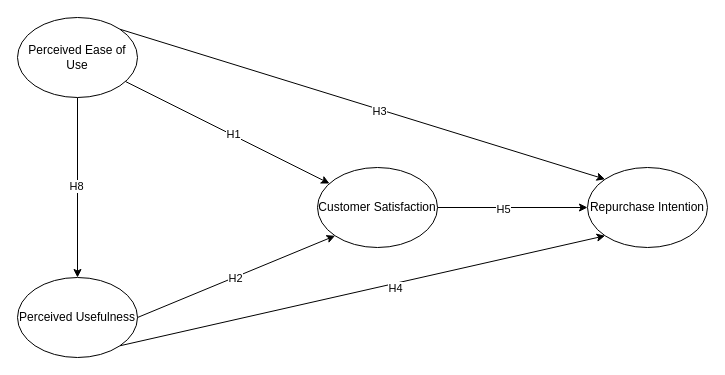
Before: d1.drawio in FaberioFio/sfguide-tasty-bytes-zero-to-app-with-spcs, a draw.io diagram. Source tidied: cells renumbered, new cells numbered last; positions are measured from the earlier drawing's top-left corner, leaving out a move shared by most shapes. Both pictures are drawn from the tidied source at 100%, with x=0, y=0 at pixel (17, 17).
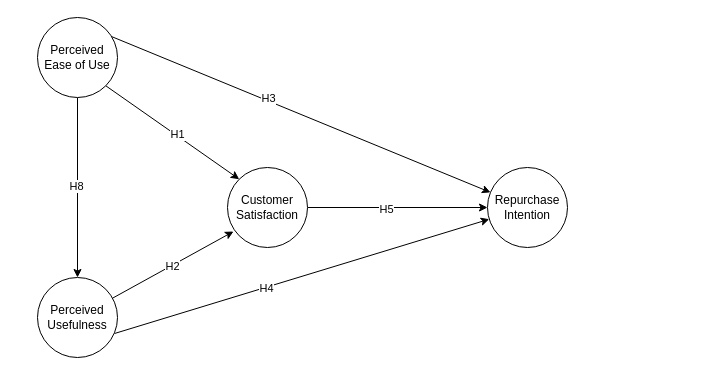
The same diagram, later.

Change to the diagram source:
```diff
@@
-    <mxCell id="2" style="edgeStyle=orthogonalEdgeStyle;rounded=0;jettySize=auto;html=1;" parent="1" edge="1" source="4" target="5">
-      <mxGeometry relative="1" as="geometry" />
+    <mxCell id="2" style="edgeStyle=orthogonalEdgeStyle;rounded=0;orthogonalLoop=1;jettySize=auto;html=1;" parent="1" edge="1">
+      <mxGeometry relative="1" as="geometry">
+        <mxPoint x="60" y="80" as="sourcePoint" />
+        <mxPoint x="60" y="260" as="targetPoint" />
+      </mxGeometry>
     </mxCell>
@@
-    <mxCell id="4" value="Perceived Ease of Use" style="ellipse;whiteSpace=wrap;html=1;" parent="1" vertex="1">
-      <mxGeometry width="120" height="80" as="geometry" />
-    </mxCell>
-    <mxCell id="5" value="Perceived Usefulness" style="ellipse;whiteSpace=wrap;html=1;" parent="1" vertex="1">
-      <mxGeometry y="260" width="120" height="80" as="geometry" />
-    </mxCell>
-    <mxCell id="6" style="edgeStyle=orthogonalEdgeStyle;rounded=0;jettySize=auto;html=1;entryX=0;entryY=0.5;entryDx=0;entryDy=0;" parent="1" edge="1" source="8" target="9">
+    <mxCell id="6" style="edgeStyle=orthogonalEdgeStyle;rounded=0;jettySize=auto;html=1;entryX=0;entryY=0.5;entryDx=0;entryDy=0;exitX=1;exitY=0.5;exitDx=0;exitDy=0;" parent="1" edge="1" source="8" target="9">
       <mxGeometry relative="1" as="geometry" />
     </mxCell>
@@
-    <mxCell id="8" value="Customer Satisfaction" style="ellipse;whiteSpace=wrap;html=1;" parent="1" vertex="1">
-      <mxGeometry x="300" y="150" width="120" height="80" as="geometry" />
-    </mxCell>
-    <mxCell id="9" value="Repurchase Intention" style="ellipse;whiteSpace=wrap;html=1;" parent="1" vertex="1">
-      <mxGeometry x="570" y="150" width="120" height="80" as="geometry" />
-    </mxCell>
-    <mxCell id="10" style="endArrow=classic;html=1;rounded=0;" parent="1" edge="1" source="4" target="8">
+    <mxCell id="10" style="endArrow=classic;html=1;rounded=0;exitX=1;exitY=1;exitDx=0;exitDy=0;entryX=0;entryY=0;entryDx=0;entryDy=0;" parent="1" edge="1" source="4" target="8">
       <mxGeometry relative="1" as="geometry" />
     </mxCell>
@@
-    <mxCell id="12" style="endArrow=classic;html=1;rounded=0;exitX=1;exitY=0.5;exitDx=0;exitDy=0;entryX=0;entryY=1;entryDx=0;entryDy=0;" parent="1" edge="1" source="5" target="8">
+    <mxCell id="12" style="endArrow=classic;html=1;rounded=0;entryX=0.075;entryY=0.8;entryDx=0;entryDy=0;entryPerimeter=0;" parent="1" edge="1" source="5" target="8">
       <mxGeometry relative="1" as="geometry" />
     </mxCell>
@@
-    <mxCell id="14" style="endArrow=classic;html=1;rounded=0;exitX=1;exitY=0;exitDx=0;exitDy=0;entryX=0;entryY=0;entryDx=0;entryDy=0;" parent="1" edge="1" source="4" target="9">
+    <mxCell id="14" style="endArrow=classic;html=1;rounded=0;exitX=0.925;exitY=0.238;exitDx=0;exitDy=0;exitPerimeter=0;" parent="1" edge="1" source="4" target="9">
       <mxGeometry relative="1" as="geometry" />
     </mxCell>
     <mxCell id="15" value="H3" style="edgeLabel;html=1;align=center;verticalAlign=middle;" parent="14" vertex="1">
-      <mxGeometry x="0.07" y="-1" relative="1" as="geometry" />
+      <mxGeometry x="0.07" y="-1" relative="1" as="geometry">
+        <mxPoint x="-46" y="-23" as="offset" />
+      </mxGeometry>
     </mxCell>
-    <mxCell id="16" style="endArrow=classic;html=1;rounded=0;exitX=1;exitY=1;exitDx=0;exitDy=0;entryX=0;entryY=1;entryDx=0;entryDy=0;" parent="1" edge="1" source="5" target="9">
+    <mxCell id="16" style="endArrow=classic;html=1;rounded=0;exitX=0.963;exitY=0.7;exitDx=0;exitDy=0;exitPerimeter=0;" parent="1" edge="1" source="5" target="9">
       <mxGeometry relative="1" as="geometry" />
     </mxCell>
     <mxCell id="17" value="H4" style="edgeLabel;html=1;align=center;verticalAlign=middle;" parent="16" vertex="1">
-      <mxGeometry x="0.13" y="-4" relative="1" as="geometry" />
+      <mxGeometry x="0.13" y="-4" relative="1" as="geometry">
+        <mxPoint x="-61" y="15" as="offset" />
+      </mxGeometry>
     </mxCell>
+    <mxCell id="5" value="Perceived Usefulness" style="ellipse;whiteSpace=wrap;html=1;" parent="1" vertex="1">
+      <mxGeometry x="20" y="260" width="80" height="80" as="geometry" />
+    </mxCell>
+    <mxCell id="4" value="Perceived Ease of Use" style="ellipse;whiteSpace=wrap;html=1;" parent="1" vertex="1">
+      <mxGeometry x="20" width="80" height="80" as="geometry" />
+    </mxCell>
+    <mxCell id="8" value="Customer Satisfaction" style="ellipse;whiteSpace=wrap;html=1;" parent="1" vertex="1">
+      <mxGeometry x="210" y="150" width="80" height="80" as="geometry" />
+    </mxCell>
+    <mxCell id="9" value="Repurchase Intention" style="ellipse;whiteSpace=wrap;html=1;" parent="1" vertex="1">
+      <mxGeometry x="470" y="150" width="80" height="80" as="geometry" />
+    </mxCell>
```
